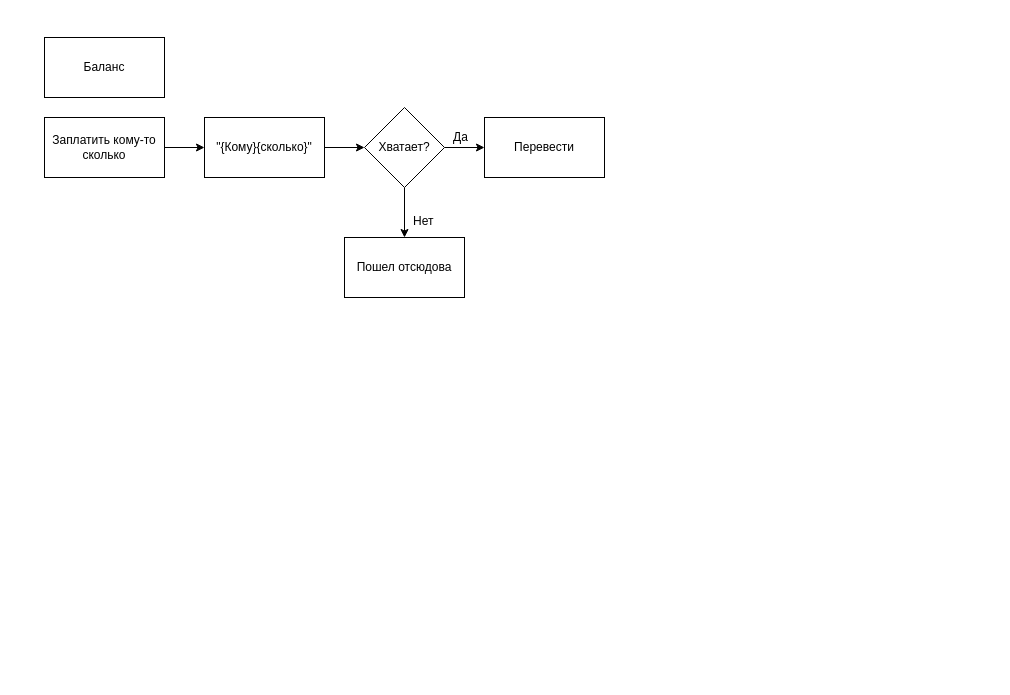
The draw.io diagram MonopolyCircle.drawio in pain-peko/Monopoly-tgbot, before the edit. Source tidied: cells renumbered, new cells numbered last; positions are measured from the earlier drawing's top-left corner, leaving out a move shared by most shapes. Both pictures are drawn from the tidied source at 100%, with x=0, y=0 at pixel (44, 37).
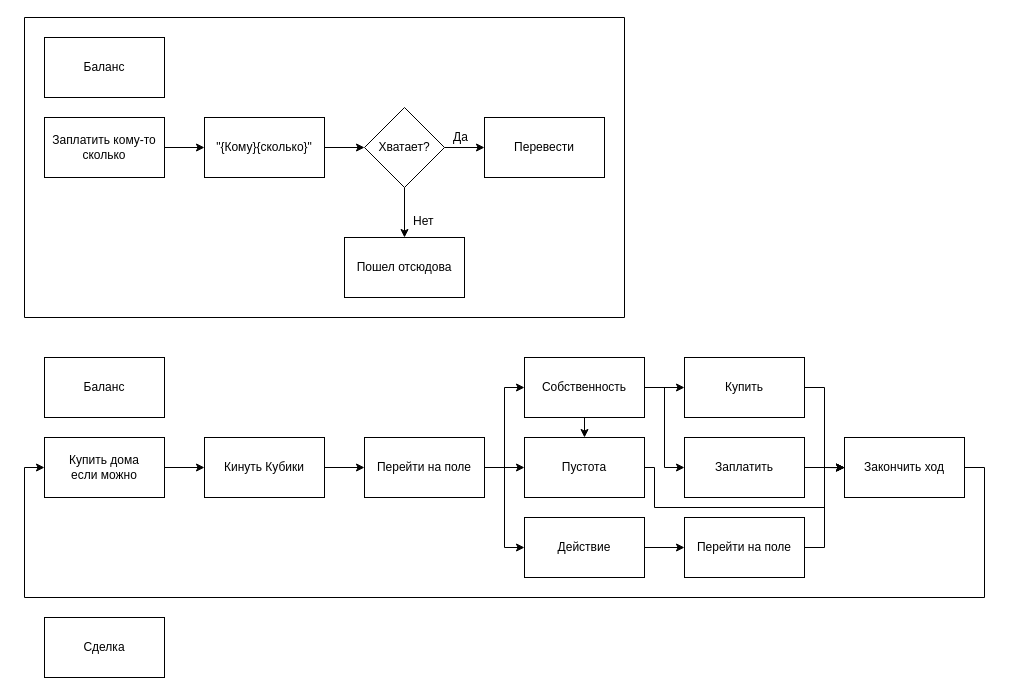
After the change.

The edit, as a diff of the source:
```diff
@@
+    <mxCell id="19" style="endArrow=none;html=1;" parent="1" edge="1">
+      <mxGeometry relative="1" as="geometry">
+        <mxPoint x="-20" y="280" as="sourcePoint" />
+        <mxPoint x="-20" y="-20" as="targetPoint" />
+      </mxGeometry>
+    </mxCell>
+    <mxCell id="20" style="endArrow=none;html=1;" parent="1" edge="1">
+      <mxGeometry relative="1" as="geometry">
+        <mxPoint x="580" y="-20" as="sourcePoint" />
+        <mxPoint x="-20" y="-20" as="targetPoint" />
+      </mxGeometry>
+    </mxCell>
+    <mxCell id="21" style="endArrow=none;html=1;" parent="1" edge="1">
+      <mxGeometry relative="1" as="geometry">
+        <mxPoint x="580" y="-20" as="sourcePoint" />
+        <mxPoint x="580" y="280" as="targetPoint" />
+      </mxGeometry>
+    </mxCell>
+    <mxCell id="22" style="endArrow=none;html=1;" parent="1" edge="1">
+      <mxGeometry relative="1" as="geometry">
+        <mxPoint x="580" y="280" as="sourcePoint" />
+        <mxPoint x="-20" y="280" as="targetPoint" />
+      </mxGeometry>
+    </mxCell>
+    <mxCell id="23" style="text;html=1;strokeColor=#000000;fillColor=#ffffff;align=center;verticalAlign=middle;whiteSpace=wrap;rounded=0;fontFamily=Helvetica;fontSize=12;fontColor=#000000;" parent="1" vertex="1">
+      <mxGeometry y="320" width="120" height="60" as="geometry" />
+    </mxCell>
+    <mxCell id="24" value="Баланс" style="text;html=1;strokeColor=none;fillColor=none;align=center;verticalAlign=middle;whiteSpace=wrap;rounded=0;" parent="1" vertex="1">
+      <mxGeometry y="320" width="120" height="60" as="geometry" />
+    </mxCell>
+    <mxCell id="25" style="text;html=1;strokeColor=#000000;fillColor=#ffffff;align=center;verticalAlign=middle;whiteSpace=wrap;rounded=0;fontFamily=Helvetica;fontSize=12;fontColor=#000000;" parent="1" vertex="1">
+      <mxGeometry x="160" y="400" width="120" height="60" as="geometry" />
+    </mxCell>
+    <mxCell id="26" style="edgeStyle=orthogonalEdgeStyle;rounded=0;jettySize=auto;html=1;exitX=1;exitY=0.5;exitDx=0;exitDy=0;entryX=0;entryY=0.5;entryDx=0;entryDy=0;" parent="1" edge="1" source="27" target="35">
+      <mxGeometry relative="1" as="geometry" />
+    </mxCell>
+    <mxCell id="27" value="Кинуть Кубики" style="text;html=1;strokeColor=none;fillColor=none;align=center;verticalAlign=middle;whiteSpace=wrap;rounded=0;" parent="1" vertex="1">
+      <mxGeometry x="160" y="400" width="120" height="60" as="geometry" />
+    </mxCell>
+    <mxCell id="28" style="text;html=1;strokeColor=#000000;fillColor=#ffffff;align=center;verticalAlign=middle;whiteSpace=wrap;rounded=0;fontFamily=Helvetica;fontSize=12;fontColor=#000000;" parent="1" vertex="1">
+      <mxGeometry y="400" width="120" height="60" as="geometry" />
+    </mxCell>
+    <mxCell id="29" style="edgeStyle=orthogonalEdgeStyle;rounded=0;jettySize=auto;html=1;exitX=1;exitY=0.5;exitDx=0;exitDy=0;entryX=0;entryY=0.5;entryDx=0;entryDy=0;" parent="1" edge="1" source="30" target="27">
+      <mxGeometry relative="1" as="geometry" />
+    </mxCell>
+    <mxCell id="30" value="Купить дома&lt;br&gt;если можно" style="text;html=1;strokeColor=none;fillColor=none;align=center;verticalAlign=middle;whiteSpace=wrap;rounded=0;" parent="1" vertex="1">
+      <mxGeometry y="400" width="120" height="60" as="geometry" />
+    </mxCell>
+    <mxCell id="31" style="text;html=1;strokeColor=#000000;fillColor=#ffffff;align=center;verticalAlign=middle;whiteSpace=wrap;rounded=0;fontFamily=Helvetica;fontSize=12;fontColor=#000000;" parent="1" vertex="1">
+      <mxGeometry x="320" y="400" width="120" height="60" as="geometry" />
+    </mxCell>
+    <mxCell id="32" style="edgeStyle=orthogonalEdgeStyle;rounded=0;jettySize=auto;html=1;exitX=1;exitY=0.5;exitDx=0;exitDy=0;entryX=0;entryY=0.5;entryDx=0;entryDy=0;" parent="1" edge="1" source="35" target="40">
+      <mxGeometry relative="1" as="geometry" />
+    </mxCell>
+    <mxCell id="33" style="edgeStyle=orthogonalEdgeStyle;rounded=0;jettySize=auto;html=1;exitX=1;exitY=0.5;exitDx=0;exitDy=0;entryX=0;entryY=0.5;entryDx=0;entryDy=0;" parent="1" edge="1" source="35" target="43">
+      <mxGeometry relative="1" as="geometry" />
+    </mxCell>
+    <mxCell id="34" style="edgeStyle=orthogonalEdgeStyle;rounded=0;jettySize=auto;html=1;exitX=1;exitY=0.5;exitDx=0;exitDy=0;entryX=0;entryY=0.5;entryDx=0;entryDy=0;" parent="1" edge="1" source="35" target="46">
+      <mxGeometry relative="1" as="geometry" />
+    </mxCell>
+    <mxCell id="35" value="Перейти на поле" style="text;html=1;strokeColor=none;fillColor=none;align=center;verticalAlign=middle;whiteSpace=wrap;rounded=0;" parent="1" vertex="1">
+      <mxGeometry x="320" y="400" width="120" height="60" as="geometry" />
+    </mxCell>
+    <mxCell id="36" style="text;html=1;strokeColor=#000000;fillColor=#ffffff;align=center;verticalAlign=middle;whiteSpace=wrap;rounded=0;fontFamily=Helvetica;fontSize=12;fontColor=#000000;" parent="1" vertex="1">
+      <mxGeometry x="480" y="320" width="120" height="60" as="geometry" />
+    </mxCell>
+    <mxCell id="37" style="edgeStyle=orthogonalEdgeStyle;rounded=0;jettySize=auto;html=1;exitX=1;exitY=0.5;exitDx=0;exitDy=0;entryX=0;entryY=0.5;entryDx=0;entryDy=0;" parent="1" edge="1" source="40" target="49">
+      <mxGeometry relative="1" as="geometry" />
+    </mxCell>
+    <mxCell id="38" style="edgeStyle=orthogonalEdgeStyle;rounded=0;jettySize=auto;html=1;exitX=1;exitY=0.5;exitDx=0;exitDy=0;entryX=0;entryY=0.5;entryDx=0;entryDy=0;" parent="1" edge="1" source="40" target="52">
+      <mxGeometry relative="1" as="geometry" />
+    </mxCell>
+    <mxCell id="39" style="edgeStyle=orthogonalEdgeStyle;rounded=0;jettySize=auto;html=1;exitX=0.5;exitY=1;exitDx=0;exitDy=0;entryX=0.5;entryY=0;entryDx=0;entryDy=0;" parent="1" edge="1" source="40" target="43">
+      <mxGeometry relative="1" as="geometry" />
+    </mxCell>
+    <mxCell id="40" value="Собственность" style="text;html=1;strokeColor=none;fillColor=none;align=center;verticalAlign=middle;whiteSpace=wrap;rounded=0;" parent="1" vertex="1">
+      <mxGeometry x="480" y="320" width="120" height="60" as="geometry" />
+    </mxCell>
+    <mxCell id="41" style="text;html=1;strokeColor=#000000;fillColor=#ffffff;align=center;verticalAlign=middle;whiteSpace=wrap;rounded=0;fontFamily=Helvetica;fontSize=12;fontColor=#000000;" parent="1" vertex="1">
+      <mxGeometry x="480" y="400" width="120" height="60" as="geometry" />
+    </mxCell>
+    <mxCell id="42" style="edgeStyle=orthogonalEdgeStyle;rounded=0;jettySize=auto;html=1;exitX=1;exitY=0.5;exitDx=0;exitDy=0;entryX=0;entryY=0.5;entryDx=0;entryDy=0;" parent="1" edge="1" source="43" target="58">
+      <mxGeometry relative="1" as="geometry">
+        <Array as="points">
+          <mxPoint x="610" y="430" />
+          <mxPoint x="610" y="470" />
+          <mxPoint x="780" y="470" />
+          <mxPoint x="780" y="430" />
+        </Array>
+      </mxGeometry>
+    </mxCell>
+    <mxCell id="43" value="Пустота" style="text;html=1;strokeColor=none;fillColor=none;align=center;verticalAlign=middle;whiteSpace=wrap;rounded=0;" parent="1" vertex="1">
+      <mxGeometry x="480" y="400" width="120" height="60" as="geometry" />
+    </mxCell>
+    <mxCell id="44" style="text;html=1;strokeColor=#000000;fillColor=#ffffff;align=center;verticalAlign=middle;whiteSpace=wrap;rounded=0;fontFamily=Helvetica;fontSize=12;fontColor=#000000;" parent="1" vertex="1">
+      <mxGeometry x="480" y="480" width="120" height="60" as="geometry" />
+    </mxCell>
+    <mxCell id="45" style="edgeStyle=orthogonalEdgeStyle;rounded=0;jettySize=auto;html=1;exitX=1;exitY=0.5;exitDx=0;exitDy=0;entryX=0;entryY=0.5;entryDx=0;entryDy=0;" parent="1" edge="1" source="46" target="55">
+      <mxGeometry relative="1" as="geometry" />
+    </mxCell>
+    <mxCell id="46" value="Действие" style="text;html=1;strokeColor=none;fillColor=none;align=center;verticalAlign=middle;whiteSpace=wrap;rounded=0;" parent="1" vertex="1">
+      <mxGeometry x="480" y="480" width="120" height="60" as="geometry" />
+    </mxCell>
+    <mxCell id="47" style="text;html=1;strokeColor=#000000;fillColor=#ffffff;align=center;verticalAlign=middle;whiteSpace=wrap;rounded=0;fontFamily=Helvetica;fontSize=12;fontColor=#000000;" parent="1" vertex="1">
+      <mxGeometry x="640" y="320" width="120" height="60" as="geometry" />
+    </mxCell>
+    <mxCell id="48" style="edgeStyle=orthogonalEdgeStyle;rounded=0;jettySize=auto;html=1;exitX=1;exitY=0.5;exitDx=0;exitDy=0;entryX=0;entryY=0.5;entryDx=0;entryDy=0;" parent="1" edge="1" source="49" target="58">
+      <mxGeometry relative="1" as="geometry" />
+    </mxCell>
+    <mxCell id="49" value="Купить" style="text;html=1;strokeColor=none;fillColor=none;align=center;verticalAlign=middle;whiteSpace=wrap;rounded=0;" parent="1" vertex="1">
+      <mxGeometry x="640" y="320" width="120" height="60" as="geometry" />
+    </mxCell>
+    <mxCell id="50" style="text;html=1;strokeColor=#000000;fillColor=#ffffff;align=center;verticalAlign=middle;whiteSpace=wrap;rounded=0;fontFamily=Helvetica;fontSize=12;fontColor=#000000;" parent="1" vertex="1">
+      <mxGeometry x="640" y="400" width="120" height="60" as="geometry" />
+    </mxCell>
+    <mxCell id="51" style="edgeStyle=orthogonalEdgeStyle;rounded=0;jettySize=auto;html=1;exitX=1;exitY=0.5;exitDx=0;exitDy=0;" parent="1" edge="1" source="52">
+      <mxGeometry relative="1" as="geometry">
+        <mxPoint x="800.1" y="430.3" as="targetPoint" />
+      </mxGeometry>
+    </mxCell>
+    <mxCell id="52" value="Заплатить" style="text;html=1;strokeColor=none;fillColor=none;align=center;verticalAlign=middle;whiteSpace=wrap;rounded=0;" parent="1" vertex="1">
+      <mxGeometry x="640" y="400" width="120" height="60" as="geometry" />
+    </mxCell>
+    <mxCell id="53" style="text;html=1;strokeColor=#000000;fillColor=#ffffff;align=center;verticalAlign=middle;whiteSpace=wrap;rounded=0;fontFamily=Helvetica;fontSize=12;fontColor=#000000;" parent="1" vertex="1">
+      <mxGeometry x="640" y="480" width="120" height="60" as="geometry" />
+    </mxCell>
+    <mxCell id="54" style="edgeStyle=orthogonalEdgeStyle;rounded=0;jettySize=auto;html=1;exitX=1;exitY=0.5;exitDx=0;exitDy=0;entryX=0;entryY=0.5;entryDx=0;entryDy=0;" parent="1" edge="1" source="55" target="58">
+      <mxGeometry relative="1" as="geometry" />
+    </mxCell>
+    <mxCell id="55" value="Перейти на поле" style="text;html=1;strokeColor=none;fillColor=none;align=center;verticalAlign=middle;whiteSpace=wrap;rounded=0;" parent="1" vertex="1">
+      <mxGeometry x="640" y="480" width="120" height="60" as="geometry" />
+    </mxCell>
+    <mxCell id="56" style="text;html=1;strokeColor=#000000;fillColor=#ffffff;align=center;verticalAlign=middle;whiteSpace=wrap;rounded=0;fontFamily=Helvetica;fontSize=12;fontColor=#000000;" parent="1" vertex="1">
+      <mxGeometry x="800" y="400" width="120" height="60" as="geometry" />
+    </mxCell>
+    <mxCell id="57" style="edgeStyle=orthogonalEdgeStyle;rounded=0;jettySize=auto;html=1;exitX=1;exitY=0.5;exitDx=0;exitDy=0;entryX=0;entryY=0.5;entryDx=0;entryDy=0;" parent="1" edge="1" source="58" target="30">
+      <mxGeometry relative="1" as="geometry">
+        <Array as="points">
+          <mxPoint x="940" y="430" />
+          <mxPoint x="940" y="560" />
+          <mxPoint x="-20" y="560" />
+          <mxPoint x="-20" y="430" />
+        </Array>
+      </mxGeometry>
+    </mxCell>
+    <mxCell id="58" value="Закончить ход" style="text;html=1;strokeColor=none;fillColor=none;align=center;verticalAlign=middle;whiteSpace=wrap;rounded=0;" parent="1" vertex="1">
+      <mxGeometry x="800" y="400" width="120" height="60" as="geometry" />
+    </mxCell>
+    <mxCell id="59" style="text;html=1;strokeColor=#000000;fillColor=#ffffff;align=center;verticalAlign=middle;whiteSpace=wrap;rounded=0;fontFamily=Helvetica;fontSize=12;fontColor=#000000;" parent="1" vertex="1">
+      <mxGeometry y="580" width="120" height="60" as="geometry" />
+    </mxCell>
+    <mxCell id="60" value="Сделка" style="text;html=1;strokeColor=none;fillColor=none;align=center;verticalAlign=middle;whiteSpace=wrap;rounded=0;" parent="1" vertex="1">
+      <mxGeometry y="580" width="120" height="60" as="geometry" />
+    </mxCell>
```
